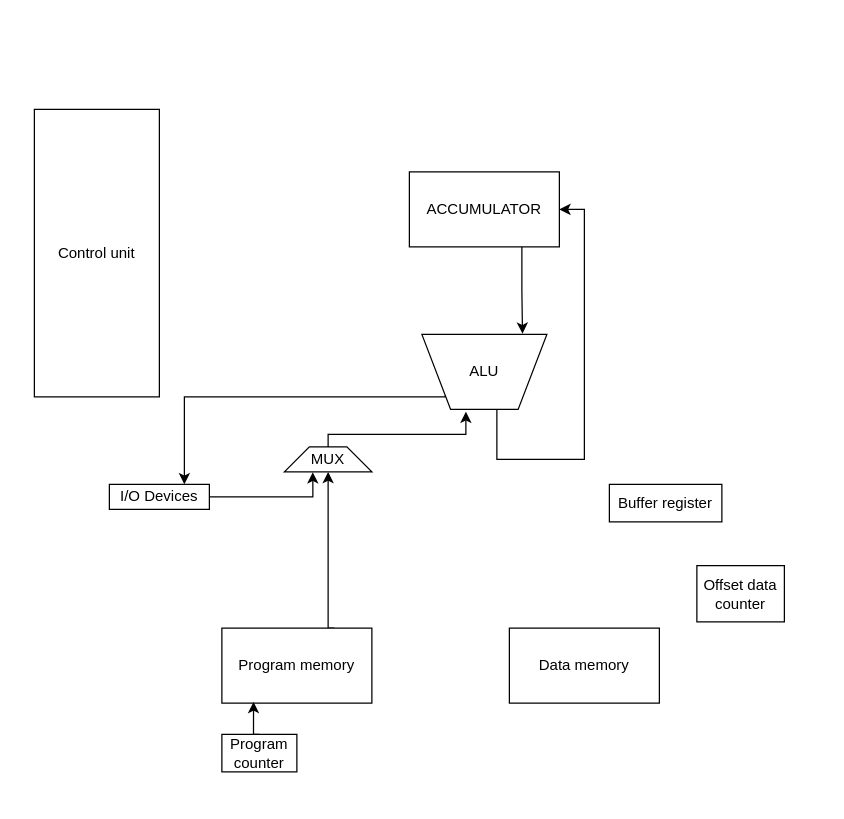
Earlier version of the draw.io diagram DataPathModel.drawio (lubitelkvokk/csa_lab3). Source tidied: cells renumbered, new cells numbered last; positions are measured from the earlier drawing's top-left corner, leaving out a move shared by most shapes. Both pictures are drawn from the tidied source at 125%, with x=0, y=0 at pixel (34, 109).
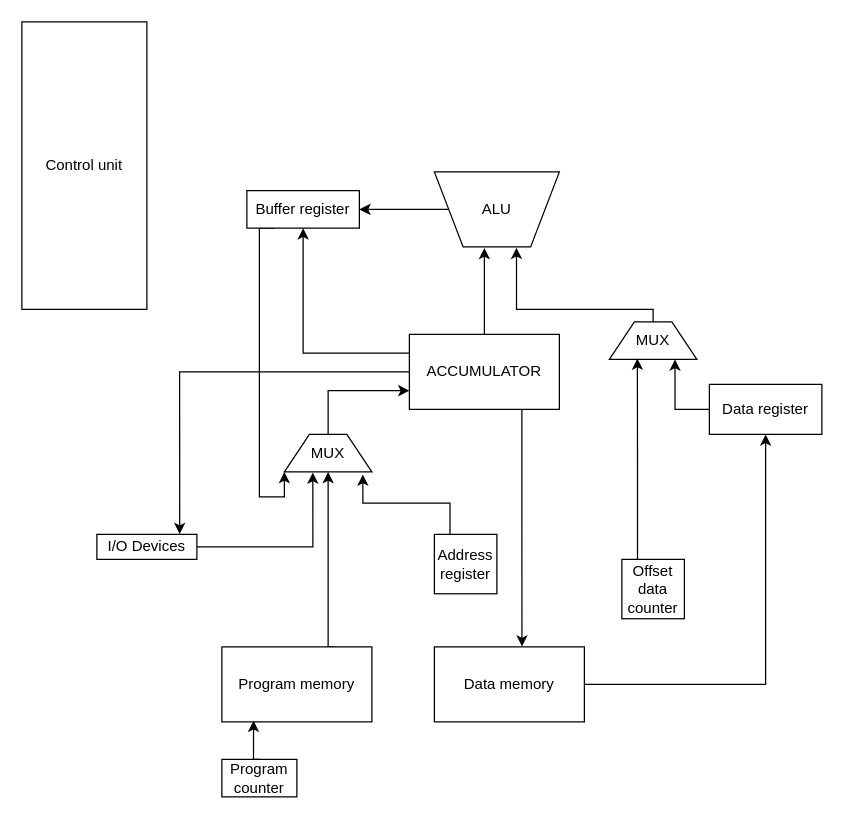
After the change.

Diff of the diagram source:
```diff
@@
+    <mxCell id="19" style="edgeStyle=orthogonalEdgeStyle;rounded=0;jettySize=auto;html=1;exitX=0;exitY=0.25;exitDx=0;exitDy=0;entryX=0.5;entryY=1;entryDx=0;entryDy=0;" parent="1" edge="1" source="2" target="16">
+      <mxGeometry relative="1" as="geometry" />
+    </mxCell>
     <mxCell id="2" value="ACCUMULATOR" style="rounded=0;whiteSpace=wrap;html=1;" parent="1" vertex="1">
-      <mxGeometry x="300" y="50" width="120" height="60" as="geometry" />
+      <mxGeometry x="300" y="180" width="120" height="60" as="geometry" />
     </mxCell>
     <mxCell id="3" value="Program counter" style="rounded=0;whiteSpace=wrap;html=1;" parent="1" vertex="1">
-      <mxGeometry x="150" y="500" width="60" height="30" as="geometry" />
+      <mxGeometry x="150" y="520" width="60" height="30" as="geometry" />
     </mxCell>
-    <mxCell id="4" style="edgeStyle=orthogonalEdgeStyle;rounded=0;jettySize=auto;html=1;exitX=0;exitY=1;exitDx=0;exitDy=0;entryX=0.75;entryY=0;entryDx=0;entryDy=0;" parent="1" edge="1" source="5" target="10">
-      <mxGeometry relative="1" as="geometry">
-        <Array as="points">
-          <mxPoint x="329" y="230" />
-          <mxPoint x="120" y="230" />
-        </Array>
-      </mxGeometry>
-    </mxCell>
+    <mxCell id="20" style="edgeStyle=orthogonalEdgeStyle;rounded=0;jettySize=auto;html=1;exitX=0;exitY=0.5;exitDx=0;exitDy=0;entryX=1;entryY=0.5;entryDx=0;entryDy=0;" parent="1" edge="1" source="5" target="16">
+      <mxGeometry relative="1" as="geometry" />
+    </mxCell>
     <mxCell id="5" value="ALU" style="verticalLabelPosition=middle;verticalAlign=middle;html=1;shape=trapezoid;perimeter=trapezoidPerimeter;whiteSpace=wrap;size=0.23;arcSize=10;flipV=1;labelPosition=center;align=center;" parent="1" vertex="1">
-      <mxGeometry x="310" y="180" width="100" height="60" as="geometry" />
+      <mxGeometry x="320" y="50" width="100" height="60" as="geometry" />
     </mxCell>
-    <mxCell id="6" style="endArrow=classic;html=1;rounded=0;entryX=1;entryY=0.5;entryDx=0;entryDy=0;" parent="1" edge="1" target="2">
-      <mxGeometry relative="1" as="geometry">
-        <mxPoint x="370" y="240" as="sourcePoint" />
-        <Array as="points">
-          <mxPoint x="370" y="280" />
-          <mxPoint x="440" y="280" />
-          <mxPoint x="440" y="80" />
-        </Array>
-      </mxGeometry>
-    </mxCell>
     <mxCell id="7" style="edgeStyle=orthogonalEdgeStyle;rounded=0;jettySize=auto;html=1;exitX=0.75;exitY=0;exitDx=0;exitDy=0;entryX=0.5;entryY=1;entryDx=0;entryDy=0;" parent="1" edge="1" source="8" target="12">
       <mxGeometry relative="1" as="geometry">
         <Array as="points">
-          <mxPoint x="235" y="415" />
+          <mxPoint x="235" y="430" />
         </Array>
       </mxGeometry>
     </mxCell>
     <mxCell id="8" value="Program memory" style="rounded=0;whiteSpace=wrap;html=1;" parent="1" vertex="1">
-      <mxGeometry x="150" y="415" width="120" height="60" as="geometry" />
+      <mxGeometry x="150" y="430" width="120" height="60" as="geometry" />
     </mxCell>
+    <mxCell id="21" style="edgeStyle=orthogonalEdgeStyle;rounded=0;jettySize=auto;html=1;exitX=1;exitY=0.5;exitDx=0;exitDy=0;entryX=0.5;entryY=1;entryDx=0;entryDy=0;" parent="1" edge="1" source="9" target="28">
+      <mxGeometry relative="1" as="geometry" />
+    </mxCell>
     <mxCell id="9" value="Data memory" style="rounded=0;whiteSpace=wrap;html=1;" parent="1" vertex="1">
-      <mxGeometry x="380" y="415" width="120" height="60" as="geometry" />
+      <mxGeometry x="320" y="430" width="120" height="60" as="geometry" />
     </mxCell>
     <mxCell id="10" value="I/O Devices" style="rounded=0;whiteSpace=wrap;html=1;" parent="1" vertex="1">
-      <mxGeometry x="60" y="300" width="80" height="20" as="geometry" />
+      <mxGeometry x="50" y="340" width="80" height="20" as="geometry" />
     </mxCell>
     <mxCell id="11" value="Control unit" style="rounded=0;whiteSpace=wrap;html=1;" parent="1" vertex="1">
-      <mxGeometry width="100" height="230" as="geometry" />
+      <mxGeometry x="-10" y="-70" width="100" height="230" as="geometry" />
     </mxCell>
+    <mxCell id="22" style="edgeStyle=orthogonalEdgeStyle;rounded=0;jettySize=auto;html=1;exitX=0.5;exitY=0;exitDx=0;exitDy=0;entryX=0;entryY=0.75;entryDx=0;entryDy=0;" parent="1" edge="1" source="12" target="2">
+      <mxGeometry relative="1" as="geometry" />
+    </mxCell>
     <mxCell id="12" value="MUX" style="shape=trapezoid;perimeter=trapezoidPerimeter;whiteSpace=wrap;html=1;fixedSize=1;" parent="1" vertex="1">
-      <mxGeometry x="200" y="270" width="70" height="20" as="geometry" />
+      <mxGeometry x="200" y="260" width="70" height="30" as="geometry" />
     </mxCell>
-    <mxCell id="13" style="edgeStyle=orthogonalEdgeStyle;rounded=0;jettySize=auto;html=1;exitX=0.5;exitY=0;exitDx=0;exitDy=0;entryX=0.352;entryY=-0.03;entryDx=0;entryDy=0;entryPerimeter=0;" parent="1" edge="1" source="12" target="5">
-      <mxGeometry relative="1" as="geometry">
-        <Array as="points">
-          <mxPoint x="235" y="260" />
-          <mxPoint x="345" y="260" />
-        </Array>
-      </mxGeometry>
-    </mxCell>
-    <mxCell id="14" style="edgeStyle=orthogonalEdgeStyle;rounded=0;jettySize=auto;html=1;exitX=0.75;exitY=1;exitDx=0;exitDy=0;entryX=0.805;entryY=1.009;entryDx=0;entryDy=0;entryPerimeter=0;" parent="1" edge="1" source="2" target="5">
-      <mxGeometry relative="1" as="geometry" />
-    </mxCell>
@@
+    <mxCell id="23" style="edgeStyle=orthogonalEdgeStyle;rounded=0;jettySize=auto;html=1;exitX=0.25;exitY=1;exitDx=0;exitDy=0;entryX=0;entryY=1;entryDx=0;entryDy=0;" parent="1" edge="1" source="16" target="12">
+      <mxGeometry relative="1" as="geometry">
+        <Array as="points">
+          <mxPoint x="180" y="95" />
+          <mxPoint x="180" y="310" />
+          <mxPoint x="200" y="310" />
+        </Array>
+      </mxGeometry>
+    </mxCell>
     <mxCell id="16" value="Buffer register" style="rounded=0;whiteSpace=wrap;html=1;" parent="1" vertex="1">
-      <mxGeometry x="460" y="300" width="90" height="30" as="geometry" />
+      <mxGeometry x="170" y="65" width="90" height="30" as="geometry" />
     </mxCell>
@@
     <mxCell id="18" value="Offset data counter" style="rounded=0;whiteSpace=wrap;html=1;" parent="1" vertex="1">
-      <mxGeometry x="530" y="365" width="70" height="45" as="geometry" />
+      <mxGeometry x="470" y="360" width="50" height="47.5" as="geometry" />
     </mxCell>
+    <mxCell id="24" style="edgeStyle=orthogonalEdgeStyle;rounded=0;jettySize=auto;html=1;entryX=0.828;entryY=-0.014;entryDx=0;entryDy=0;entryPerimeter=0;" parent="1" edge="1" source="2" target="10">
+      <mxGeometry relative="1" as="geometry" />
+    </mxCell>
+    <mxCell id="25" value="Address register" style="rounded=0;whiteSpace=wrap;html=1;" parent="1" vertex="1">
+      <mxGeometry x="320" y="340" width="50" height="47.5" as="geometry" />
+    </mxCell>
+    <mxCell id="14" style="edgeStyle=orthogonalEdgeStyle;rounded=0;jettySize=auto;html=1;entryX=0.4;entryY=-0.014;entryDx=0;entryDy=0;entryPerimeter=0;" parent="1" edge="1" source="2" target="5">
+      <mxGeometry relative="1" as="geometry" />
+    </mxCell>
+    <mxCell id="26" value="MUX" style="shape=trapezoid;perimeter=trapezoidPerimeter;whiteSpace=wrap;html=1;fixedSize=1;" parent="1" vertex="1">
+      <mxGeometry x="460" y="170" width="70" height="30" as="geometry" />
+    </mxCell>
+    <mxCell id="27" style="edgeStyle=orthogonalEdgeStyle;rounded=0;jettySize=auto;html=1;exitX=0;exitY=0.5;exitDx=0;exitDy=0;entryX=0.75;entryY=1;entryDx=0;entryDy=0;" parent="1" edge="1" source="28" target="26">
+      <mxGeometry relative="1" as="geometry" />
+    </mxCell>
+    <mxCell id="28" value="Data register" style="rounded=0;whiteSpace=wrap;html=1;" parent="1" vertex="1">
+      <mxGeometry x="540" y="220" width="90" height="40" as="geometry" />
+    </mxCell>
+    <mxCell id="29" style="edgeStyle=orthogonalEdgeStyle;rounded=0;jettySize=auto;html=1;exitX=0.25;exitY=0;exitDx=0;exitDy=0;entryX=0.32;entryY=0.979;entryDx=0;entryDy=0;entryPerimeter=0;" parent="1" edge="1" source="18" target="26">
+      <mxGeometry relative="1" as="geometry" />
+    </mxCell>
+    <mxCell id="30" style="edgeStyle=orthogonalEdgeStyle;rounded=0;jettySize=auto;html=1;exitX=0.25;exitY=0;exitDx=0;exitDy=0;entryX=0.897;entryY=1.072;entryDx=0;entryDy=0;entryPerimeter=0;" parent="1" edge="1" source="25" target="12">
+      <mxGeometry relative="1" as="geometry" />
+    </mxCell>
+    <mxCell id="31" style="edgeStyle=orthogonalEdgeStyle;rounded=0;jettySize=auto;html=1;exitX=0.75;exitY=1;exitDx=0;exitDy=0;entryX=0.584;entryY=-0.006;entryDx=0;entryDy=0;entryPerimeter=0;" parent="1" edge="1" source="2" target="9">
+      <mxGeometry relative="1" as="geometry" />
+    </mxCell>
+    <mxCell id="32" style="edgeStyle=orthogonalEdgeStyle;rounded=0;jettySize=auto;html=1;entryX=0.657;entryY=-0.012;entryDx=0;entryDy=0;entryPerimeter=0;" parent="1" edge="1" source="26" target="5">
+      <mxGeometry relative="1" as="geometry">
+        <Array as="points">
+          <mxPoint x="495" y="160" />
+          <mxPoint x="386" y="160" />
+        </Array>
+      </mxGeometry>
+    </mxCell>
```
